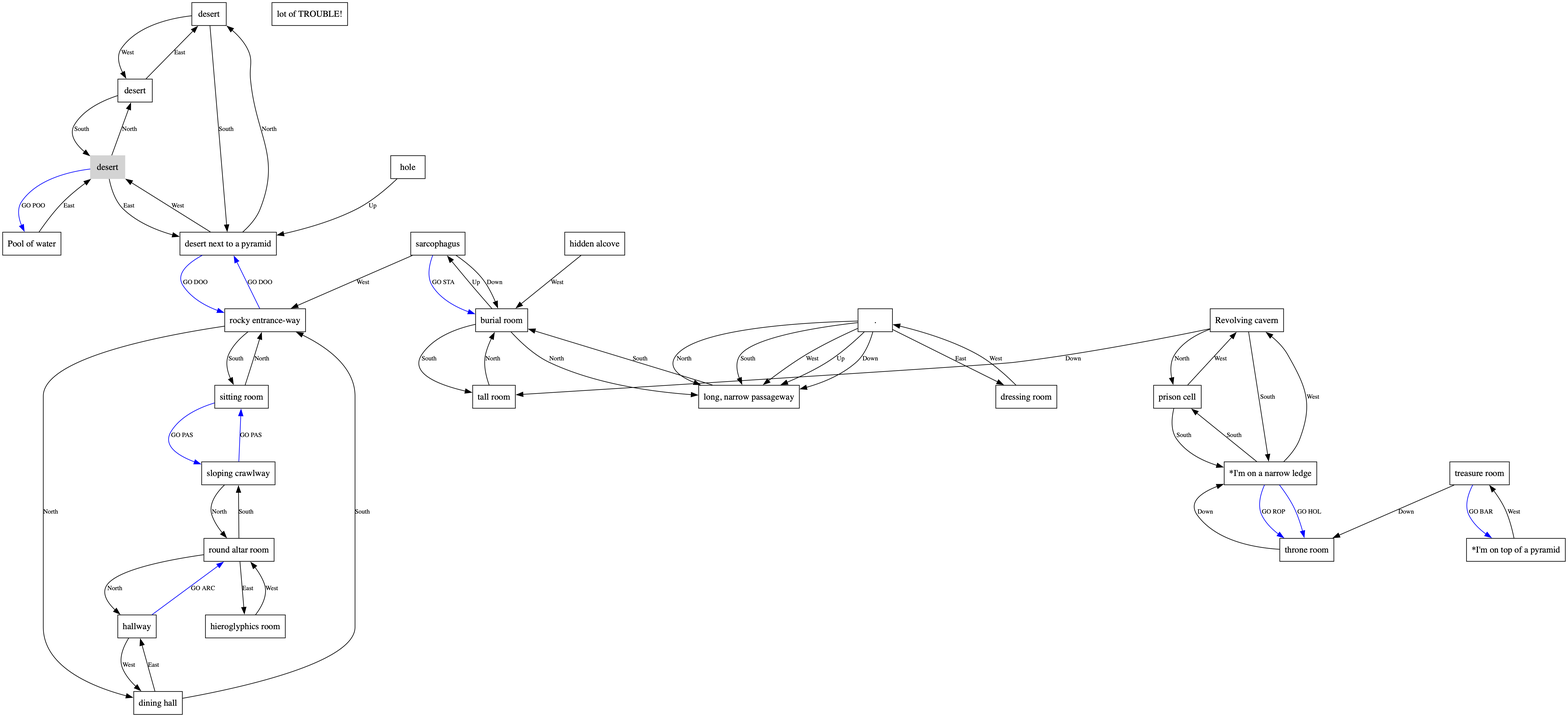
The Graphviz diagram 08 Pyramid of Doom/Pyramid of Doom Map.png in TheTextAdventurer/Dat-File-Breakdowns, before a commit. Its source is kept beside it as 08 Pyramid of Doom/Pyramid of Doom Map.dot.
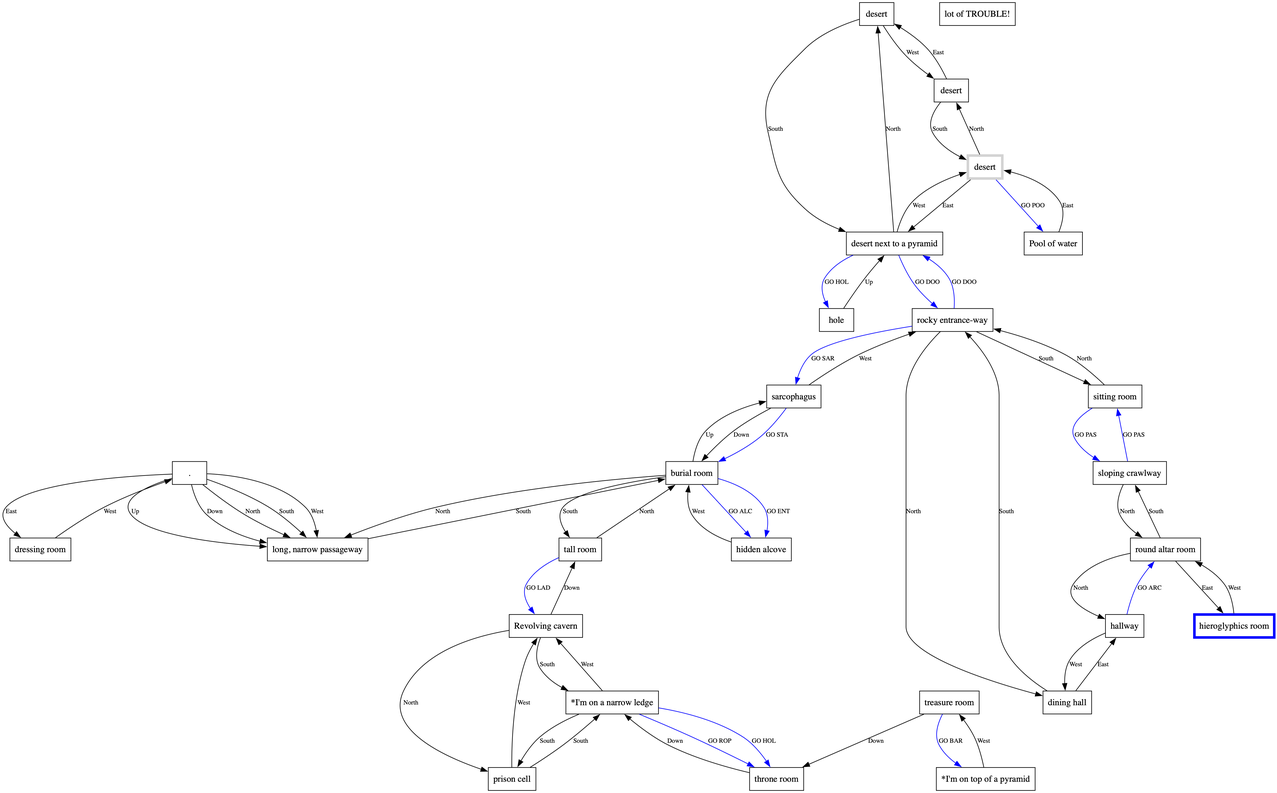
Later version of the same file.

The edit, as a diff of the source:
```diff
@@ -5,7 +5,7 @@
 splines=true;
 1 [label="desert" ];
 2 [label="desert" ];
-3 [label="desert" style=filled color=lightgray];
+3 [label="desert" color=lightgrey penwidth=4];
 4 [label="desert next to a pyramid" ];
 5 [label="hole" ];
 6 [label="rocky entrance-way" ];
@@ -17,7 +17,7 @@
 12 [label="dining hall" ];
 13 [label="hallway" ];
 14 [label="round altar room" ];
-15 [label="hieroglyphics room" ];
+15 [label="hieroglyphics room" color=blue penwidth=4];
 16 [label="sitting room" ];
 17 [label="sloping crawlway" ];
 18 [label="Revolving cavern" ];
@@ -78,12 +78,17 @@
 26 -> 25 [label="West" fontsize=10];
 3 -> 24 [label="GO POO" fontsize=10 color=blue];
 4 -> 6 [label="GO DOO" fontsize=10 color=blue];
+4 -> 5 [label="GO HOL" fontsize=10 color=blue];
+6 -> 7 [label="GO SAR" fontsize=10 color=blue];
 6 -> 4 [label="GO DOO" fontsize=10 color=blue];
+11 -> 18 [label="GO LAD" fontsize=10 color=blue];
 13 -> 14 [label="GO ARC" fontsize=10 color=blue];
 16 -> 17 [label="GO PAS" fontsize=10 color=blue];
 17 -> 16 [label="GO PAS" fontsize=10 color=blue];
 20 -> 21 [label="GO ROP" fontsize=10 color=blue];
 20 -> 21 [label="GO HOL" fontsize=10 color=blue];
 22 -> 23 [label="GO BAR" fontsize=10 color=blue];
+8 -> 10 [label="GO ALC" fontsize=10 color=blue];
 7 -> 8 [label="GO STA" fontsize=10 color=blue];
+8 -> 10 [label="GO ENT" fontsize=10 color=blue];
 }
```
